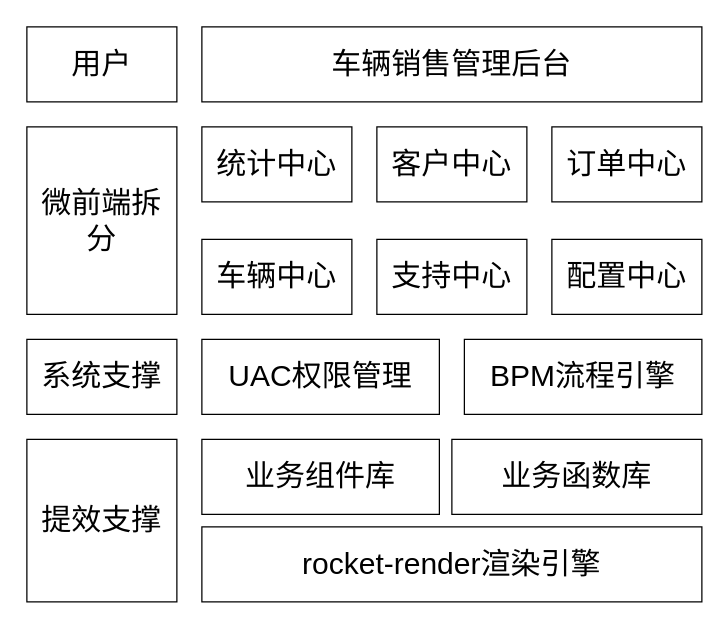
Earlier version of the draw.io diagram 未命名绘图.drawio (Pythonofsdc/micro-app). Source tidied: cells renumbered, new cells numbered last; positions are measured from the earlier drawing's top-left corner, leaving out a move shared by most shapes. Both pictures are drawn from the tidied source at 125%, with x=0, y=0 at pixel (26, 26).
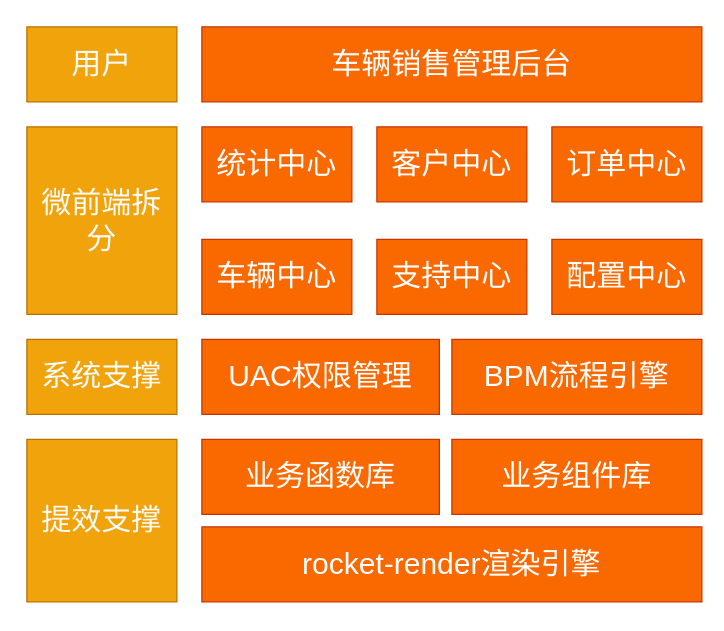
The same page after the edit.

Commit message (it also covers changes not shown here):
更新未命名绘图.drawio

The edit, as a diff of the source:
```diff
@@
 <mxGraphModel>
   <root>
     <mxCell id="0" />
     <mxCell id="1" parent="0" />
-    <mxCell id="2" value="&lt;font style=&quot;font-size: 24px;&quot;&gt;车辆销售管理后台&lt;/font&gt;" style="rounded=0;whiteSpace=wrap;html=1;" parent="1" vertex="1">
+    <mxCell id="2" value="&lt;font style=&quot;font-size: 24px;&quot;&gt;车辆销售管理后台&lt;/font&gt;" style="rounded=0;whiteSpace=wrap;html=1;fillColor=#fa6800;fontColor=#FFFFFF;strokeColor=#C73500;" parent="1" vertex="1">
       <mxGeometry x="140" width="400" height="60" as="geometry" />
     </mxCell>
-    <mxCell id="3" value="统计中心" style="rounded=0;whiteSpace=wrap;html=1;fontSize=24;" parent="1" vertex="1">
+    <mxCell id="3" value="统计中心" style="rounded=0;whiteSpace=wrap;html=1;fontSize=24;fillColor=#fa6800;fontColor=#FFFFFF;strokeColor=#C73500;" parent="1" vertex="1">
       <mxGeometry x="140" y="80" width="120" height="60" as="geometry" />
     </mxCell>
-    <mxCell id="4" value="客户中心" style="rounded=0;whiteSpace=wrap;html=1;fontSize=24;" parent="1" vertex="1">
+    <mxCell id="4" value="客户中心" style="rounded=0;whiteSpace=wrap;html=1;fontSize=24;fillColor=#fa6800;fontColor=#FFFFFF;strokeColor=#C73500;" parent="1" vertex="1">
       <mxGeometry x="280" y="80" width="120" height="60" as="geometry" />
     </mxCell>
-    <mxCell id="5" value="订单中心" style="rounded=0;whiteSpace=wrap;html=1;fontSize=24;" parent="1" vertex="1">
+    <mxCell id="5" value="订单中心" style="rounded=0;whiteSpace=wrap;html=1;fontSize=24;fillColor=#fa6800;fontColor=#FFFFFF;strokeColor=#C73500;" parent="1" vertex="1">
       <mxGeometry x="420" y="80" width="120" height="60" as="geometry" />
     </mxCell>
-    <mxCell id="6" value="车辆中心" style="rounded=0;whiteSpace=wrap;html=1;fontSize=24;" parent="1" vertex="1">
+    <mxCell id="6" value="车辆中心" style="rounded=0;whiteSpace=wrap;html=1;fontSize=24;fillColor=#fa6800;fontColor=#FFFFFF;strokeColor=#C73500;" parent="1" vertex="1">
       <mxGeometry x="140" y="170" width="120" height="60" as="geometry" />
     </mxCell>
-    <mxCell id="7" value="支持中心" style="rounded=0;whiteSpace=wrap;html=1;fontSize=24;" parent="1" vertex="1">
+    <mxCell id="7" value="支持中心" style="rounded=0;whiteSpace=wrap;html=1;fontSize=24;fillColor=#fa6800;fontColor=#FFFFFF;strokeColor=#C73500;" parent="1" vertex="1">
       <mxGeometry x="280" y="170" width="120" height="60" as="geometry" />
     </mxCell>
-    <mxCell id="8" value="配置中心" style="rounded=0;whiteSpace=wrap;html=1;fontSize=24;" parent="1" vertex="1">
+    <mxCell id="8" value="配置中心" style="rounded=0;whiteSpace=wrap;html=1;fontSize=24;fillColor=#fa6800;fontColor=#FFFFFF;strokeColor=#C73500;" parent="1" vertex="1">
       <mxGeometry x="420" y="170" width="120" height="60" as="geometry" />
     </mxCell>
-    <mxCell id="9" value="UAC权限管理" style="rounded=0;whiteSpace=wrap;html=1;fontSize=24;" parent="1" vertex="1">
+    <mxCell id="9" value="UAC权限管理" style="rounded=0;whiteSpace=wrap;html=1;fontSize=24;fillColor=#fa6800;fontColor=#FFFFFF;strokeColor=#C73500;" parent="1" vertex="1">
       <mxGeometry x="140" y="250" width="190" height="60" as="geometry" />
     </mxCell>
-    <mxCell id="10" value="BPM流程引擎" style="rounded=0;whiteSpace=wrap;html=1;fontSize=24;" parent="1" vertex="1">
-      <mxGeometry x="350" y="250" width="190" height="60" as="geometry" />
+    <mxCell id="10" value="BPM流程引擎" style="rounded=0;whiteSpace=wrap;html=1;fontSize=24;fillColor=#fa6800;fontColor=#FFFFFF;strokeColor=#C73500;" parent="1" vertex="1">
+      <mxGeometry x="340" y="250" width="200" height="60" as="geometry" />
     </mxCell>
-    <mxCell id="11" value="业务组件库" style="rounded=0;whiteSpace=wrap;html=1;fontSize=24;" parent="1" vertex="1">
+    <mxCell id="11" value="业务函数库" style="rounded=0;whiteSpace=wrap;html=1;fontSize=24;fillColor=#fa6800;fontColor=#FFFFFF;strokeColor=#C73500;" parent="1" vertex="1">
       <mxGeometry x="140" y="330" width="190" height="60" as="geometry" />
     </mxCell>
-    <mxCell id="12" value="业务函数库" style="rounded=0;whiteSpace=wrap;html=1;fontSize=24;" parent="1" vertex="1">
+    <mxCell id="12" value="业务组件库" style="rounded=0;whiteSpace=wrap;html=1;fontSize=24;fillColor=#fa6800;fontColor=#FFFFFF;strokeColor=#C73500;" parent="1" vertex="1">
       <mxGeometry x="340" y="330" width="200" height="60" as="geometry" />
     </mxCell>
-    <mxCell id="13" value="rocket-render渲染引擎" style="rounded=0;whiteSpace=wrap;html=1;fontSize=24;" parent="1" vertex="1">
+    <mxCell id="13" value="rocket-render渲染引擎" style="rounded=0;whiteSpace=wrap;html=1;fontSize=24;fillColor=#fa6800;fontColor=#FFFFFF;strokeColor=#C73500;" parent="1" vertex="1">
       <mxGeometry x="140" y="400" width="400" height="60" as="geometry" />
     </mxCell>
-    <mxCell id="14" style="group;shadow=1;" parent="1" vertex="1">
-      <mxGeometry width="120" height="460" as="geometry" />
-    </mxCell>
-    <mxCell id="15" value="&lt;font style=&quot;font-size: 24px;&quot;&gt;用户&lt;/font&gt;" style="rounded=0;whiteSpace=wrap;html=1;" parent="14" vertex="1">
+    <mxCell id="15" value="&lt;font style=&quot;font-size: 24px;&quot;&gt;用户&lt;/font&gt;" style="rounded=0;whiteSpace=wrap;html=1;fillColor=#f0a30a;strokeColor=#BD7000;fontColor=#fbfbfb;" parent="1" vertex="1">
       <mxGeometry width="120" height="60" as="geometry" />
     </mxCell>
-    <mxCell id="16" value="&lt;font style=&quot;font-size: 24px;&quot;&gt;微前端拆分&lt;/font&gt;" style="rounded=0;whiteSpace=wrap;html=1;" parent="14" vertex="1">
+    <mxCell id="16" value="&lt;font style=&quot;font-size: 24px;&quot;&gt;微前端拆分&lt;/font&gt;" style="rounded=0;whiteSpace=wrap;html=1;fillColor=#f0a30a;strokeColor=#BD7000;fontColor=#fbfbfb;" parent="1" vertex="1">
       <mxGeometry y="80" width="120" height="150" as="geometry" />
     </mxCell>
-    <mxCell id="17" value="系统支撑" style="rounded=0;whiteSpace=wrap;html=1;fontSize=24;" parent="14" vertex="1">
+    <mxCell id="17" value="系统支撑" style="rounded=0;whiteSpace=wrap;html=1;fontSize=24;fillColor=#f0a30a;strokeColor=#BD7000;fontColor=#fbfbfb;" parent="1" vertex="1">
       <mxGeometry y="250" width="120" height="60" as="geometry" />
     </mxCell>
-    <mxCell id="18" value="&lt;font style=&quot;font-size: 24px;&quot;&gt;提效支撑&lt;/font&gt;" style="rounded=0;whiteSpace=wrap;html=1;" parent="14" vertex="1">
+    <mxCell id="18" value="&lt;font style=&quot;font-size: 24px;&quot;&gt;提效支撑&lt;/font&gt;" style="rounded=0;whiteSpace=wrap;html=1;fillColor=#f0a30a;strokeColor=#BD7000;fontColor=#fbfbfb;" parent="1" vertex="1">
       <mxGeometry y="330" width="120" height="130" as="geometry" />
     </mxCell>
   </root>
 </mxGraphModel>
```
